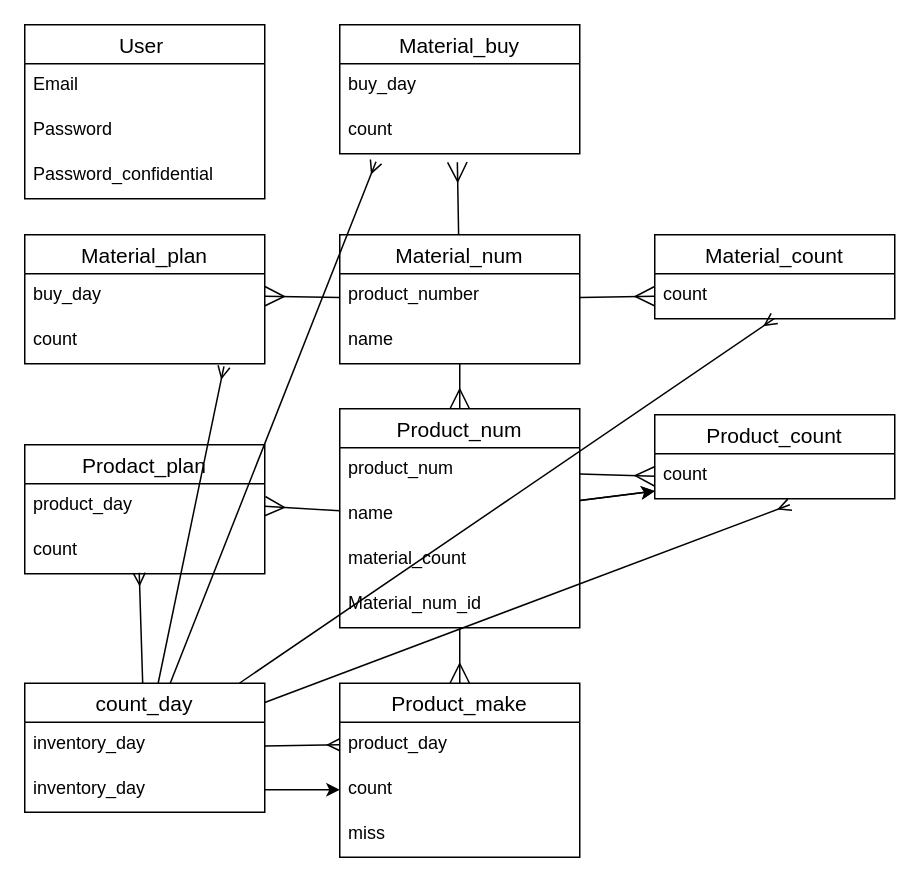
The draw.io diagram ER.dio in kohei0517/PMapp, before the edit. Source tidied: cells renumbered, new cells numbered last; positions are measured from the earlier drawing's top-left corner, leaving out a move shared by most shapes. Both pictures are drawn from the tidied source at 150%, with x=0, y=0 at pixel (24, 24).
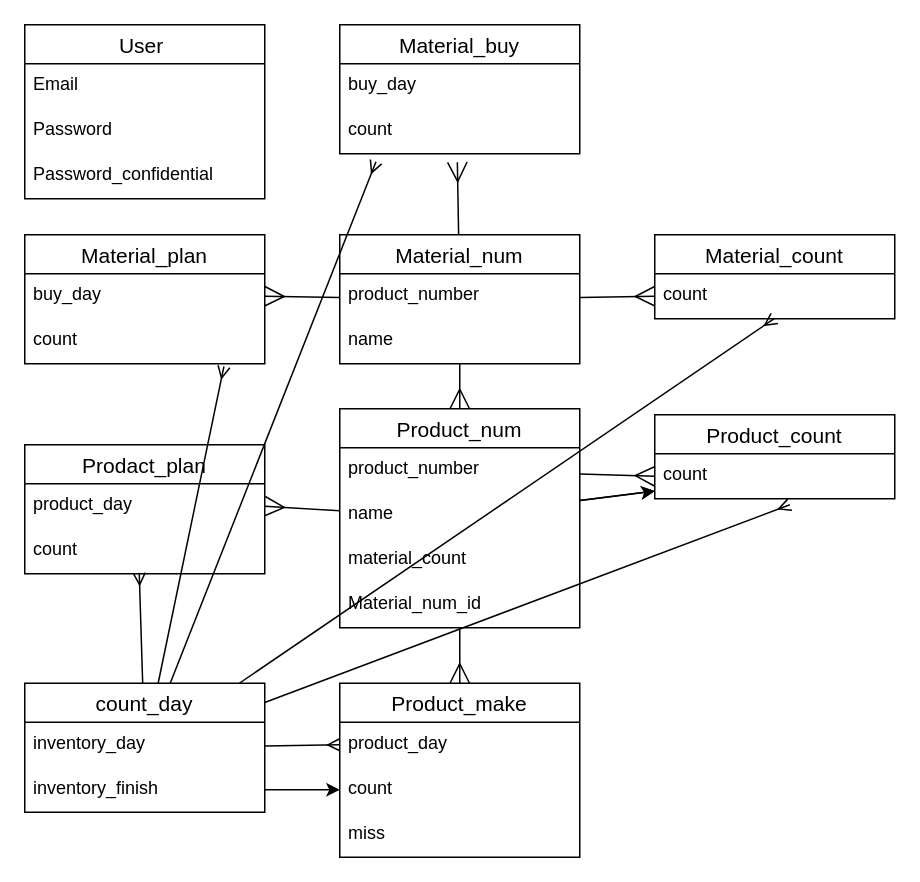
Above is the later version.

Unchanged cells that the change refers to:
```xml
<mxCell id="21" value="Product_num" style="swimlane;fontStyle=0;horizontal=1;startSize=26;align=center;fontSize=14;" parent="1" vertex="1">
  <mxGeometry x="210" y="256" width="160" height="146" as="geometry" />
</mxCell>
<mxCell id="44" value="count_day" style="swimlane;fontStyle=0;horizontal=1;startSize=26;align=center;fontSize=14;" parent="1" vertex="1">
  <mxGeometry y="439" width="160" height="86" as="geometry" />
</mxCell>
```

Change to the diagram source:
```diff
@@
-    <mxCell id="22" value="product_num" style="text;strokeColor=none;fillColor=none;spacingLeft=4;spacingRight=4;overflow=hidden;points=[[0,0.5],[1,0.5]];portConstraint=eastwest;fontSize=12;" parent="21" vertex="1">
+    <mxCell id="22" value="product_number" style="text;strokeColor=none;fillColor=none;spacingLeft=4;spacingRight=4;overflow=hidden;points=[[0,0.5],[1,0.5]];portConstraint=eastwest;fontSize=12;" parent="21" vertex="1">
       <mxGeometry y="26" width="160" height="30" as="geometry" />
     </mxCell>
@@
-    <mxCell id="46" value="inventory_day" style="text;strokeColor=none;fillColor=none;spacingLeft=4;spacingRight=4;overflow=hidden;points=[[0,0.5],[1,0.5]];portConstraint=eastwest;fontSize=12;" parent="44" vertex="1">
+    <mxCell id="46" value="inventory_finish" style="text;strokeColor=none;fillColor=none;spacingLeft=4;spacingRight=4;overflow=hidden;points=[[0,0.5],[1,0.5]];portConstraint=eastwest;fontSize=12;" parent="44" vertex="1">
       <mxGeometry y="56" width="160" height="30" as="geometry" />
     </mxCell>
```
